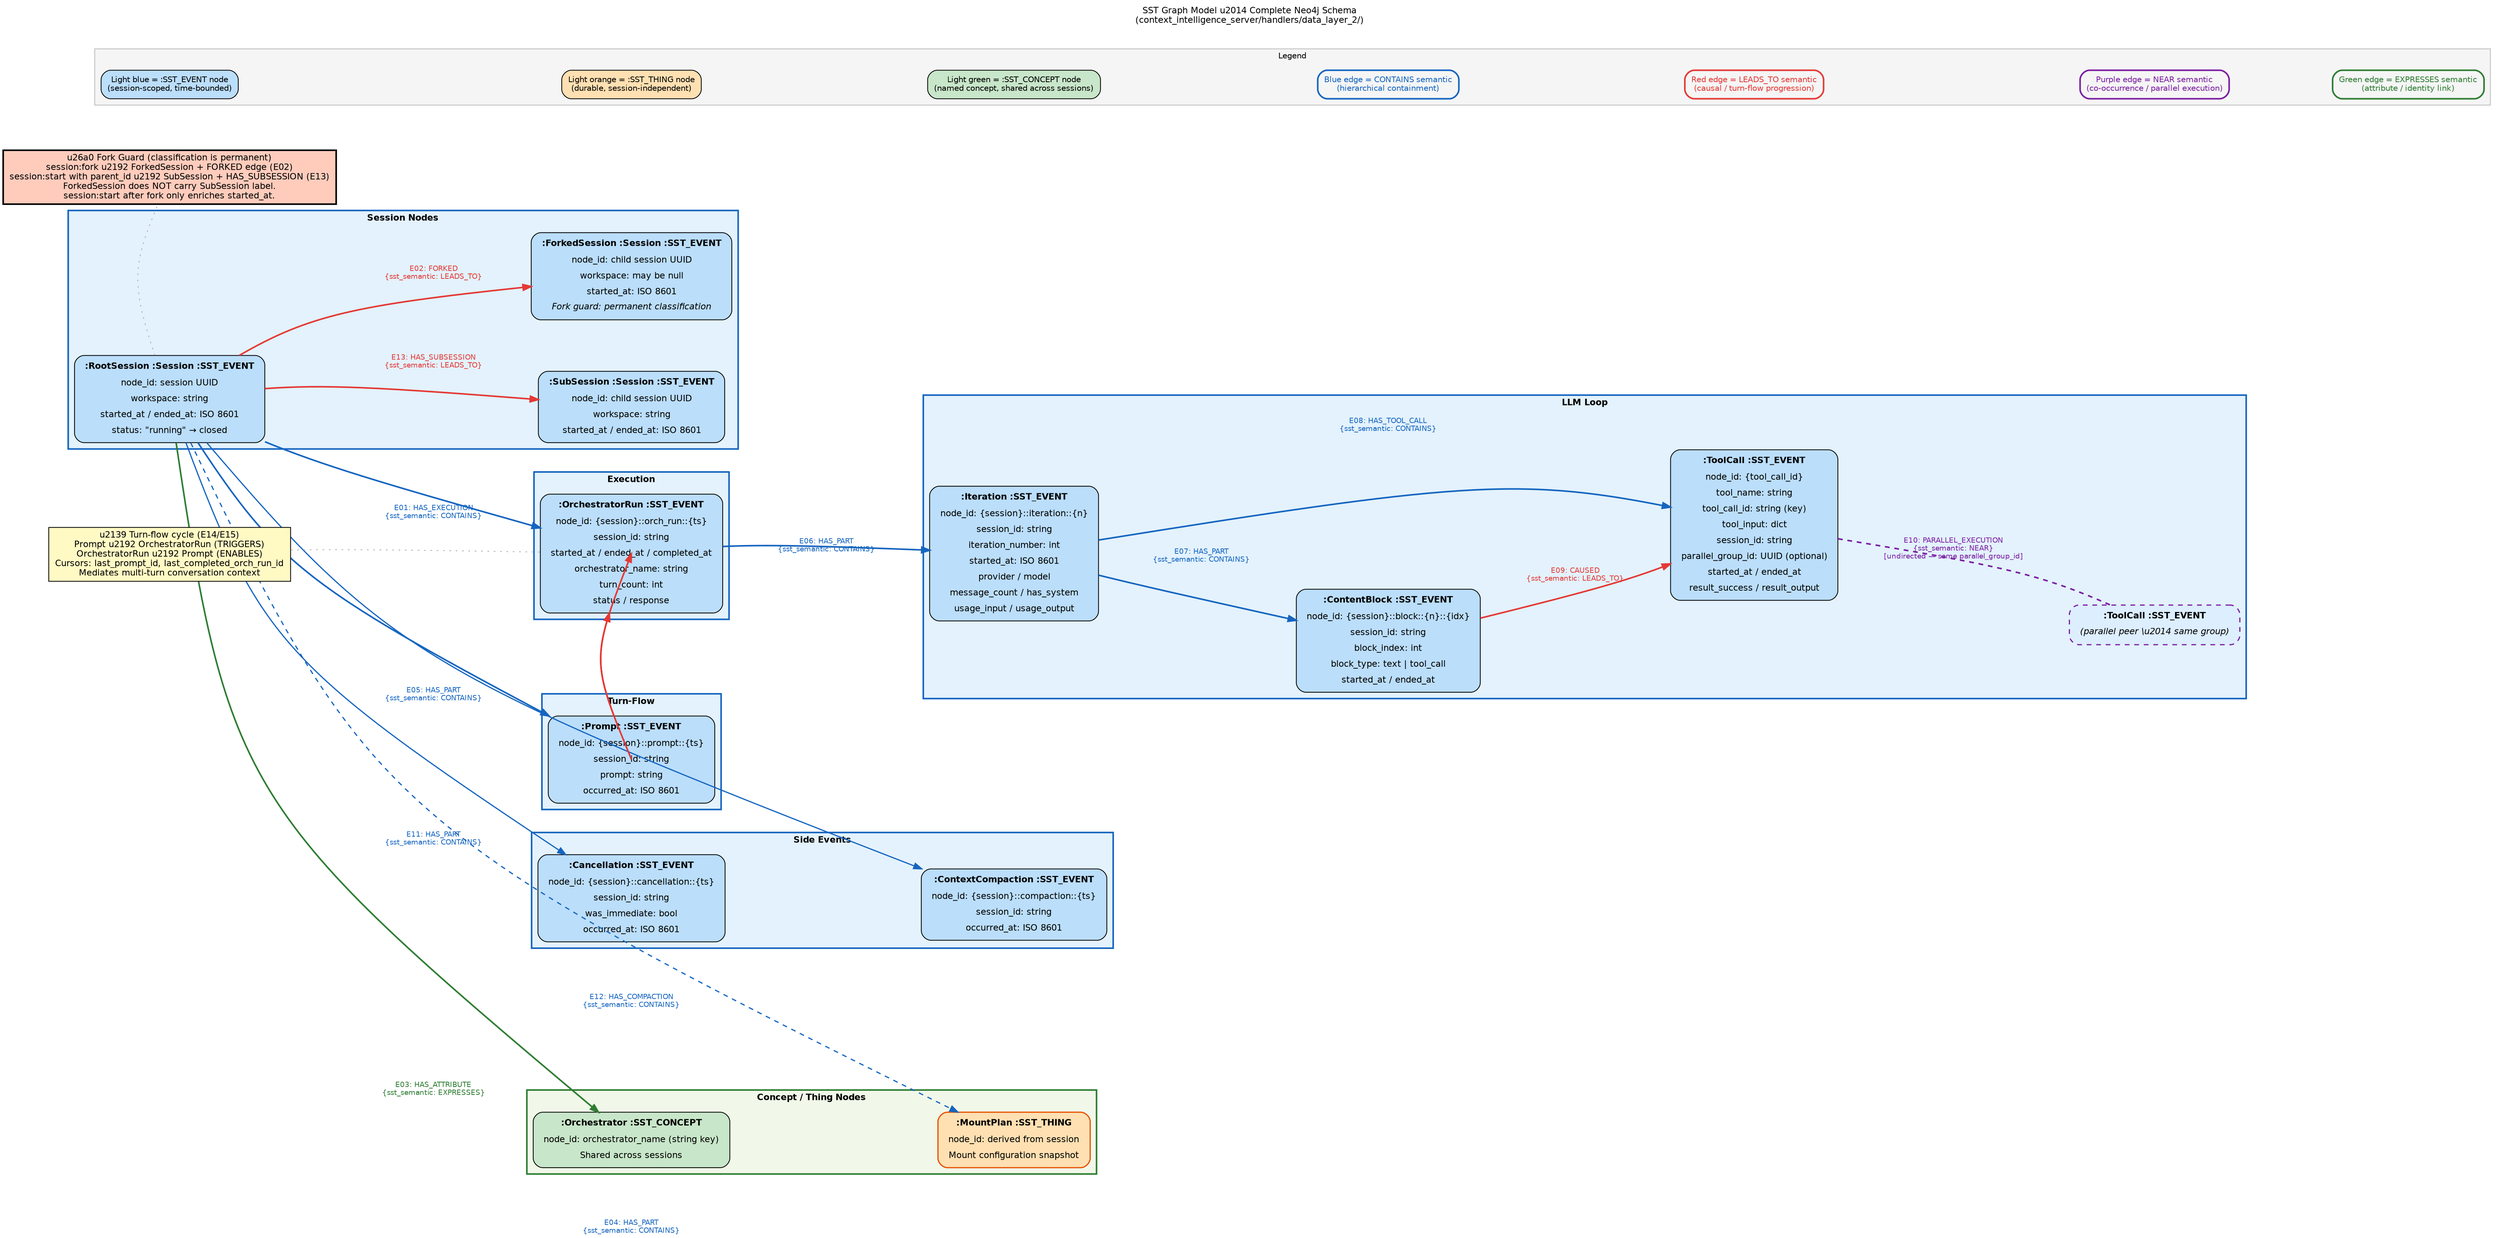
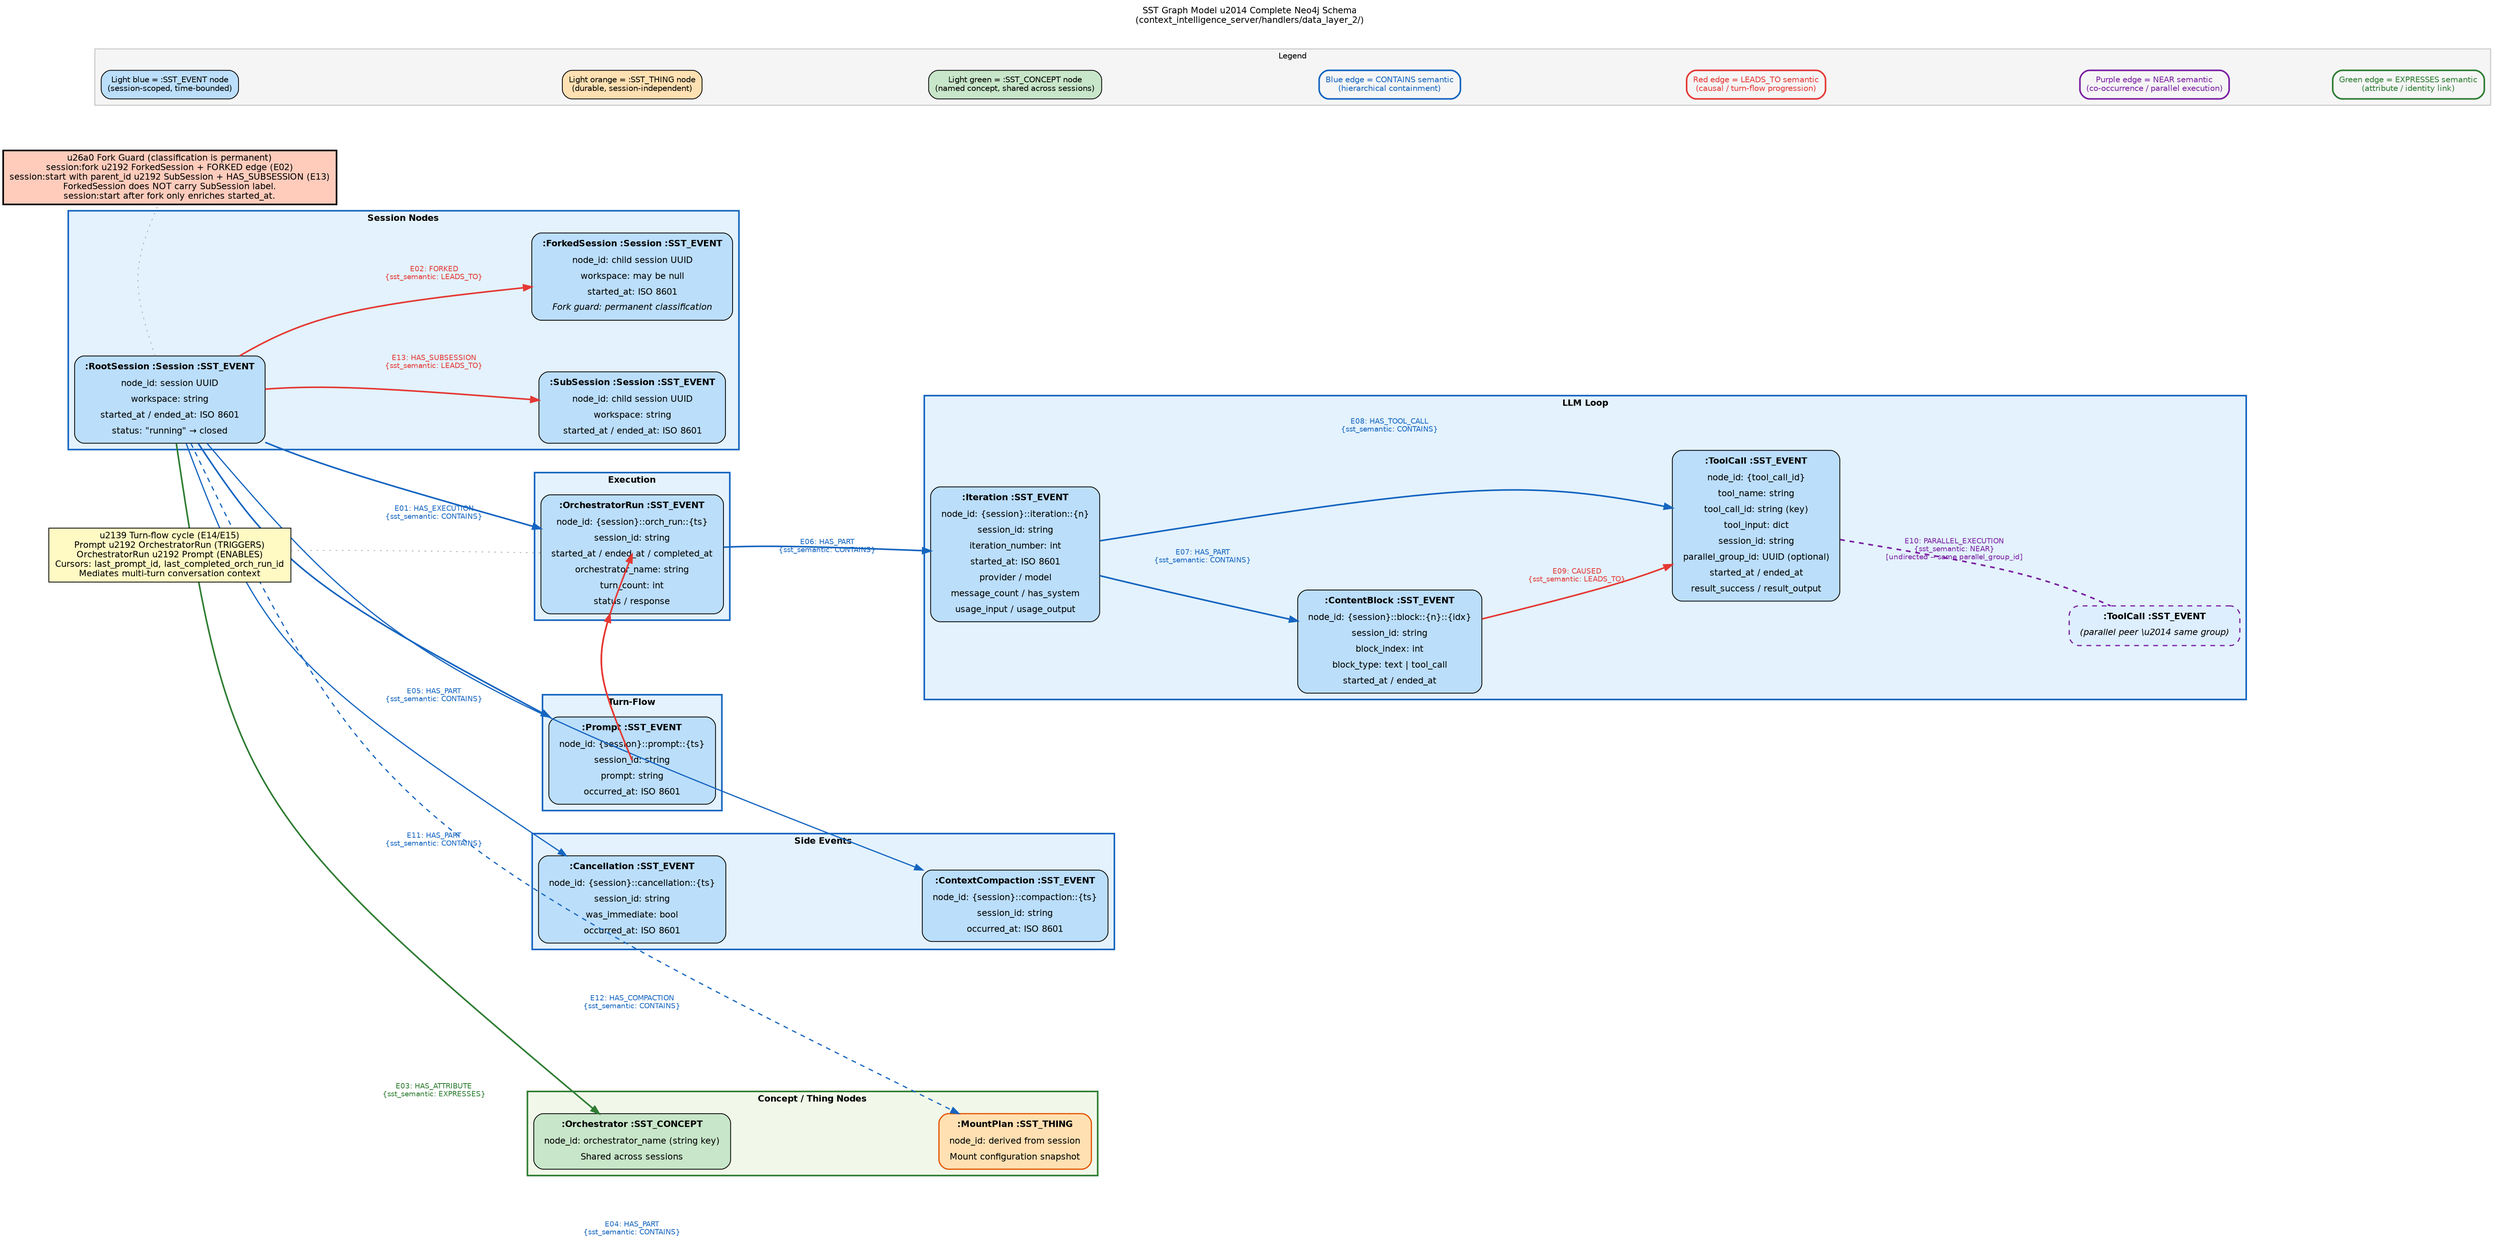
digraph graph_model {
-     // ── Global defaults ──────────────────────────────────────────────────────
+     // -- Global defaults ------------------------------------------------------
    graph [
        rankdir   = LR
        compound  = true
        splines   = curved
        nodesep   = 0.9
        ranksep   = 1.6
        fontname  = "Helvetica"
        fontsize  = 11
        label     = "SST Graph Model \u2014 Complete Neo4j Schema\n(context_intelligence_server/handlers/data_layer_2/)"
        labelloc  = t
        labeljust = c
    ]
    node [
        fontname = "Helvetica"
        fontsize = 11
        style    = "filled,rounded"
        shape    = box
    ]
    edge [
        fontname = "Helvetica"
        fontsize = 9
    ]

-     // ── Sessions cluster ─────────────────────────────────────────────────────
+     // -- Sessions cluster -----------------------------------------------------
    subgraph cluster_sessions {
        graph [
            label     = "Session Nodes"
            fontname  = "Helvetica-Bold"
            fontsize  = 11
            style     = filled
            color     = "#1565C0"
            fillcolor = "#E3F2FD"
            penwidth  = 2
        ]

        RootSession [
            fillcolor = "#BBDEFB"
            label     = <<TABLE BORDER="0" CELLBORDER="0" CELLSPACING="2" CELLPADDING="3">
                <TR><TD><B>:RootSession :Session :SST_EVENT</B></TD></TR>
                <TR><TD>node_id: session UUID</TD></TR>
                <TR><TD>workspace: string</TD></TR>
                <TR><TD>started_at / ended_at: ISO 8601</TD></TR>
                <TR><TD>status: "running" &#8594; closed</TD></TR>
            </TABLE>>
        ]

        SubSession [
            fillcolor = "#BBDEFB"
            label     = <<TABLE BORDER="0" CELLBORDER="0" CELLSPACING="2" CELLPADDING="3">
                <TR><TD><B>:SubSession :Session :SST_EVENT</B></TD></TR>
                <TR><TD>node_id: child session UUID</TD></TR>
                <TR><TD>workspace: string</TD></TR>
                <TR><TD>started_at / ended_at: ISO 8601</TD></TR>
            </TABLE>>
        ]

        ForkedSession [
            fillcolor = "#BBDEFB"
            label     = <<TABLE BORDER="0" CELLBORDER="0" CELLSPACING="2" CELLPADDING="3">
                <TR><TD><B>:ForkedSession :Session :SST_EVENT</B></TD></TR>
                <TR><TD>node_id: child session UUID</TD></TR>
                <TR><TD>workspace: may be null</TD></TR>
                <TR><TD>started_at: ISO 8601</TD></TR>
                <TR><TD><I>Fork guard: permanent classification</I></TD></TR>
            </TABLE>>
        ]

        RootSession -> SubSession    [style = invis]
        RootSession -> ForkedSession [style = invis]
    }

-     // ── Execution cluster ────────────────────────────────────────────────────
+     // -- Execution cluster ----------------------------------------------------
    subgraph cluster_execution {
        graph [
            label     = "Execution"
            fontname  = "Helvetica-Bold"
            fontsize  = 11
            style     = filled
            color     = "#1565C0"
            fillcolor = "#E3F2FD"
            penwidth  = 2
        ]

        OrchestratorRun [
            fillcolor = "#BBDEFB"
            label     = <<TABLE BORDER="0" CELLBORDER="0" CELLSPACING="2" CELLPADDING="3">
                <TR><TD><B>:OrchestratorRun :SST_EVENT</B></TD></TR>
                <TR><TD>node_id: {session}::orch_run::{ts}</TD></TR>
                <TR><TD>session_id: string</TD></TR>
                <TR><TD>started_at / ended_at / completed_at</TD></TR>
                <TR><TD>orchestrator_name: string</TD></TR>
                <TR><TD>turn_count: int</TD></TR>
                <TR><TD>status / response</TD></TR>
            </TABLE>>
        ]
    }

-     // ── LLM loop cluster ─────────────────────────────────────────────────────
+     // -- LLM loop cluster -----------------------------------------------------
    subgraph cluster_llm_loop {
        graph [
            label     = "LLM Loop"
            fontname  = "Helvetica-Bold"
            fontsize  = 11
            style     = filled
            color     = "#1565C0"
            fillcolor = "#E3F2FD"
            penwidth  = 2
        ]

        Iteration [
            fillcolor = "#BBDEFB"
            label     = <<TABLE BORDER="0" CELLBORDER="0" CELLSPACING="2" CELLPADDING="3">
                <TR><TD><B>:Iteration :SST_EVENT</B></TD></TR>
                <TR><TD>node_id: {session}::iteration::{n}</TD></TR>
                <TR><TD>session_id: string</TD></TR>
                <TR><TD>iteration_number: int</TD></TR>
                <TR><TD>started_at: ISO 8601</TD></TR>
                <TR><TD>provider / model</TD></TR>
                <TR><TD>message_count / has_system</TD></TR>
                <TR><TD>usage_input / usage_output</TD></TR>
            </TABLE>>
        ]

        ContentBlock [
            fillcolor = "#BBDEFB"
            label     = <<TABLE BORDER="0" CELLBORDER="0" CELLSPACING="2" CELLPADDING="3">
                <TR><TD><B>:ContentBlock :SST_EVENT</B></TD></TR>
                <TR><TD>node_id: {session}::block::{n}::{idx}</TD></TR>
                <TR><TD>session_id: string</TD></TR>
                <TR><TD>block_index: int</TD></TR>
                <TR><TD>block_type: text | tool_call</TD></TR>
                <TR><TD>started_at / ended_at</TD></TR>
            </TABLE>>
        ]

        ToolCall [
            fillcolor = "#BBDEFB"
            label     = <<TABLE BORDER="0" CELLBORDER="0" CELLSPACING="2" CELLPADDING="3">
                <TR><TD><B>:ToolCall :SST_EVENT</B></TD></TR>
                <TR><TD>node_id: {tool_call_id}</TD></TR>
                <TR><TD>tool_name: string</TD></TR>
                <TR><TD>tool_call_id: string (key)</TD></TR>
                <TR><TD>tool_input: dict</TD></TR>
                <TR><TD>session_id: string</TD></TR>
                <TR><TD>parallel_group_id: UUID (optional)</TD></TR>
                <TR><TD>started_at / ended_at</TD></TR>
                <TR><TD>result_success / result_output</TD></TR>
            </TABLE>>
        ]

        ToolCallPeer [
            fillcolor = "#DDEEFF"
            color     = "#7B1FA2"
            penwidth  = 1.5
            style     = "filled,rounded,dashed"
            label     = <<TABLE BORDER="0" CELLBORDER="0" CELLSPACING="2" CELLPADDING="3">
                <TR><TD><B>:ToolCall :SST_EVENT</B></TD></TR>
                <TR><TD><I>(parallel peer \u2014 same group)</I></TD></TR>
            </TABLE>>
        ]

        Iteration    -> ContentBlock [style = invis]
        Iteration    -> ToolCall     [style = invis]
        ContentBlock -> ToolCallPeer [style = invis]
    }

-     // ── Prompt cluster ───────────────────────────────────────────────────────
+     // -- Prompt cluster -------------------------------------------------------
    subgraph cluster_prompt {
        graph [
            label     = "Turn-Flow"
            fontname  = "Helvetica-Bold"
            fontsize  = 11
            style     = filled
            color     = "#1565C0"
            fillcolor = "#E3F2FD"
            penwidth  = 2
        ]

        Prompt [
            fillcolor = "#BBDEFB"
            label     = <<TABLE BORDER="0" CELLBORDER="0" CELLSPACING="2" CELLPADDING="3">
                <TR><TD><B>:Prompt :SST_EVENT</B></TD></TR>
                <TR><TD>node_id: {session}::prompt::{ts}</TD></TR>
                <TR><TD>session_id: string</TD></TR>
                <TR><TD>prompt: string</TD></TR>
                <TR><TD>occurred_at: ISO 8601</TD></TR>
            </TABLE>>
        ]
    }

-     // ── Side events cluster ──────────────────────────────────────────────────
+     // -- Side events cluster --------------------------------------------------
    subgraph cluster_side_events {
        graph [
            label     = "Side Events"
            fontname  = "Helvetica-Bold"
            fontsize  = 11
            style     = filled
            color     = "#1565C0"
            fillcolor = "#E3F2FD"
            penwidth  = 2
        ]

        Cancellation [
            fillcolor = "#BBDEFB"
            label     = <<TABLE BORDER="0" CELLBORDER="0" CELLSPACING="2" CELLPADDING="3">
                <TR><TD><B>:Cancellation :SST_EVENT</B></TD></TR>
                <TR><TD>node_id: {session}::cancellation::{ts}</TD></TR>
                <TR><TD>session_id: string</TD></TR>
                <TR><TD>was_immediate: bool</TD></TR>
                <TR><TD>occurred_at: ISO 8601</TD></TR>
            </TABLE>>
        ]

        ContextCompaction [
            fillcolor = "#BBDEFB"
            label     = <<TABLE BORDER="0" CELLBORDER="0" CELLSPACING="2" CELLPADDING="3">
                <TR><TD><B>:ContextCompaction :SST_EVENT</B></TD></TR>
                <TR><TD>node_id: {session}::compaction::{ts}</TD></TR>
                <TR><TD>session_id: string</TD></TR>
                <TR><TD>occurred_at: ISO 8601</TD></TR>
            </TABLE>>
        ]

        Cancellation -> ContextCompaction [style = invis]
    }

-     // ── Concept / Thing cluster ──────────────────────────────────────────────
+     // -- Concept / Thing cluster ----------------------------------------------
    subgraph cluster_concepts {
        graph [
            label     = "Concept / Thing Nodes"
            fontname  = "Helvetica-Bold"
            fontsize  = 11
            style     = filled
            color     = "#2E7D32"
            fillcolor = "#F1F8E9"
            penwidth  = 2
        ]

        Orchestrator [
            fillcolor = "#C8E6C9"
            label     = <<TABLE BORDER="0" CELLBORDER="0" CELLSPACING="2" CELLPADDING="3">
                <TR><TD><B>:Orchestrator :SST_CONCEPT</B></TD></TR>
                <TR><TD>node_id: orchestrator_name (string key)</TD></TR>
                <TR><TD>Shared across sessions</TD></TR>
            </TABLE>>
        ]

        MountPlan [
            fillcolor = "#FFE0B2"
            color     = "#E65100"
            penwidth  = 1.5
            label     = <<TABLE BORDER="0" CELLBORDER="0" CELLSPACING="2" CELLPADDING="3">
                <TR><TD><B>:MountPlan :SST_THING</B></TD></TR>
                <TR><TD>node_id: derived from session</TD></TR>
                <TR><TD>Mount configuration snapshot</TD></TR>
            </TABLE>>
        ]

        Orchestrator -> MountPlan [style = invis]
    }

-     // ── Edges ────────────────────────────────────────────────────────────────
- 
-     // E01: HAS_EXECUTION [CONTAINS] — Session → OrchestratorRun
+     // -- Edges ----------------------------------------------------------------
+ 
+     // E01: HAS_EXECUTION [CONTAINS] -- Session -> OrchestratorRun
    RootSession -> OrchestratorRun [
        label     = "E01: HAS_EXECUTION\n{sst_semantic: CONTAINS}"
        color     = "#1565C0"
        fontcolor = "#1565C0"
        penwidth  = 2
    ]

-     // E02: FORKED [LEADS_TO] — Session → ForkedSession
+     // E02: FORKED [LEADS_TO] -- Session -> ForkedSession
    RootSession -> ForkedSession [
        label     = "E02: FORKED\n{sst_semantic: LEADS_TO}"
        color     = "#E53935"
        fontcolor = "#E53935"
        penwidth  = 2
    ]

-     // E03: HAS_ATTRIBUTE [EXPRESSES] — Session → Orchestrator
+     // E03: HAS_ATTRIBUTE [EXPRESSES] -- Session -> Orchestrator
    RootSession -> Orchestrator [
        label     = "E03: HAS_ATTRIBUTE\n{sst_semantic: EXPRESSES}"
        color     = "#2E7D32"
        fontcolor = "#2E7D32"
        penwidth  = 2
    ]

-     // E04: HAS_PART [CONTAINS] — Session → MountPlan
+     // E04: HAS_PART [CONTAINS] -- Session -> MountPlan
    RootSession -> MountPlan [
        label     = "E04: HAS_PART\n{sst_semantic: CONTAINS}"
        color     = "#1565C0"
        fontcolor = "#1565C0"
        penwidth  = 1.5
        style     = dashed
    ]

-     // E05: HAS_PART [CONTAINS] — Session → Prompt
+     // E05: HAS_PART [CONTAINS] -- Session -> Prompt
    RootSession -> Prompt [
        label     = "E05: HAS_PART\n{sst_semantic: CONTAINS}"
        color     = "#1565C0"
        fontcolor = "#1565C0"
        penwidth  = 2
    ]

-     // E06: HAS_PART [CONTAINS] — OrchestratorRun → Iteration
+     // E06: HAS_PART [CONTAINS] -- OrchestratorRun -> Iteration
    OrchestratorRun -> Iteration [
        label     = "E06: HAS_PART\n{sst_semantic: CONTAINS}"
        color     = "#1565C0"
        fontcolor = "#1565C0"
        penwidth  = 2
    ]

-     // E07: HAS_PART [CONTAINS] — Iteration → ContentBlock
+     // E07: HAS_PART [CONTAINS] -- Iteration -> ContentBlock
    Iteration -> ContentBlock [
        label     = "E07: HAS_PART\n{sst_semantic: CONTAINS}"
        color     = "#1565C0"
        fontcolor = "#1565C0"
        penwidth  = 2
    ]

-     // E08: HAS_TOOL_CALL [CONTAINS] — Iteration → ToolCall
+     // E08: HAS_TOOL_CALL [CONTAINS] -- Iteration -> ToolCall
    Iteration -> ToolCall [
        label     = "E08: HAS_TOOL_CALL\n{sst_semantic: CONTAINS}"
        color     = "#1565C0"
        fontcolor = "#1565C0"
        penwidth  = 2
    ]

-     // E09: CAUSED [LEADS_TO] — ContentBlock → ToolCall
+     // E09: CAUSED [LEADS_TO] -- ContentBlock -> ToolCall
    ContentBlock -> ToolCall [
        label     = "E09: CAUSED\n{sst_semantic: LEADS_TO}"
        color     = "#E53935"
        fontcolor = "#E53935"
        penwidth  = 2
    ]

-     // E10: PARALLEL_EXECUTION [NEAR] — ToolCall ↔ ToolCall (undirected)
+     // E10: PARALLEL_EXECUTION [NEAR] -- ToolCall <-> ToolCall (undirected)
    ToolCall -> ToolCallPeer [
        dir       = none
-         label     = "E10: PARALLEL_EXECUTION\n{sst_semantic: NEAR}\n[undirected — same parallel_group_id]"
+         label     = "E10: PARALLEL_EXECUTION\n{sst_semantic: NEAR}\n[undirected -- same parallel_group_id]"
        color     = "#7B1FA2"
        fontcolor = "#7B1FA2"
        penwidth  = 2
        style     = dashed
    ]

-     // E11: HAS_PART [CONTAINS] — Session → Cancellation
+     // E11: HAS_PART [CONTAINS] -- Session -> Cancellation
    RootSession -> Cancellation [
        label     = "E11: HAS_PART\n{sst_semantic: CONTAINS}"
        color     = "#1565C0"
        fontcolor = "#1565C0"
        penwidth  = 1.5
    ]

-     // E12: HAS_COMPACTION [CONTAINS] — Session → ContextCompaction
+     // E12: HAS_COMPACTION [CONTAINS] -- Session -> ContextCompaction
    RootSession -> ContextCompaction [
        label     = "E12: HAS_COMPACTION\n{sst_semantic: CONTAINS}"
        color     = "#1565C0"
        fontcolor = "#1565C0"
        penwidth  = 1.5
    ]

-     // E13: HAS_SUBSESSION [LEADS_TO] — Session → SubSession
+     // E13: HAS_SUBSESSION [LEADS_TO] -- Session -> SubSession
    RootSession -> SubSession [
        label     = "E13: HAS_SUBSESSION\n{sst_semantic: LEADS_TO}"
        color     = "#E53935"
        fontcolor = "#E53935"
        penwidth  = 2
    ]

-     // E14: TRIGGERS [LEADS_TO] — Prompt → OrchestratorRun (turn-flow cursor)
+     // E14: TRIGGERS [LEADS_TO] -- Prompt -> OrchestratorRun (turn-flow cursor)
    Prompt -> OrchestratorRun [
        label     = "E14: TRIGGERS\n{sst_semantic: LEADS_TO}"
        color     = "#E53935"
        fontcolor = "#E53935"
        penwidth  = 2
        style     = bold
        constraint = false
    ]

-     // E15: ENABLES [LEADS_TO] — OrchestratorRun → Prompt (turn-flow cursor)
+     // E15: ENABLES [LEADS_TO] -- OrchestratorRun -> Prompt (turn-flow cursor)
    OrchestratorRun -> Prompt [
        label     = "E15: ENABLES\n{sst_semantic: LEADS_TO}"
        color     = "#E53935"
        fontcolor = "#E53935"
        penwidth  = 2
        style     = bold
        constraint = false
    ]

-     // ── Notes ────────────────────────────────────────────────────────────────
+     // -- Notes ----------------------------------------------------------------
    note_turn_cycle [
        shape     = box
        style     = filled
        fillcolor = "#FFF9C4"
        label     = "\u2139 Turn-flow cycle (E14/E15)\nPrompt \u2192 OrchestratorRun (TRIGGERS)\nOrchestratorRun \u2192 Prompt (ENABLES)\nCursors: last_prompt_id, last_completed_orch_run_id\nMediates multi-turn conversation context"
    ]

    note_fork_guard [
        shape     = box
        style     = filled
        fillcolor = "#FFCCBC"
        penwidth  = 2
        label     = "\u26a0 Fork Guard (classification is permanent)\nsession:fork \u2192 ForkedSession + FORKED edge (E02)\nsession:start with parent_id \u2192 SubSession + HAS_SUBSESSION (E13)\nForkedSession does NOT carry SubSession label.\nsession:start after fork only enriches started_at."
    ]

    OrchestratorRun -> note_turn_cycle [style = dotted, color = "#AAAAAA", arrowhead = none, constraint = false]
    RootSession     -> note_fork_guard  [style = dotted, color = "#AAAAAA", arrowhead = none, constraint = false]

-     // ── Legend ───────────────────────────────────────────────────────────────
+     // -- Legend ---------------------------------------------------------------
    subgraph cluster_legend {
        graph [
            label     = "Legend"
            style     = "filled"
            color     = "#BDBDBD"
            fillcolor = "#F5F5F5"
            fontname  = "Helvetica"
            fontsize  = 10
        ]
        node [fontsize = 10]

        legend_sst_event [
            style     = "filled,rounded"
            fillcolor = "#BBDEFB"
            label     = "Light blue = :SST_EVENT node\n(session-scoped, time-bounded)"
        ]
        legend_sst_thing [
            style     = "filled,rounded"
            fillcolor = "#FFE0B2"
            label     = "Light orange = :SST_THING node\n(durable, session-independent)"
        ]
        legend_sst_concept [
            style     = "filled,rounded"
            fillcolor = "#C8E6C9"
            label     = "Light green = :SST_CONCEPT node\n(named concept, shared across sessions)"
        ]
        legend_contains [
            style     = "filled,rounded"
            fillcolor = "#F5F5F5"
            color     = "#1565C0"
            fontcolor = "#1565C0"
            penwidth  = 2
            label     = "Blue edge = CONTAINS semantic\n(hierarchical containment)"
        ]
        legend_leads_to [
            style     = "filled,rounded"
            fillcolor = "#F5F5F5"
            color     = "#E53935"
            fontcolor = "#E53935"
            penwidth  = 2
            label     = "Red edge = LEADS_TO semantic\n(causal / turn-flow progression)"
        ]
        legend_near [
            style     = "filled,rounded"
            fillcolor = "#F5F5F5"
            color     = "#7B1FA2"
            fontcolor = "#7B1FA2"
            penwidth  = 2
            label     = "Purple edge = NEAR semantic\n(co-occurrence / parallel execution)"
        ]
        legend_expresses [
            style     = "filled,rounded"
            fillcolor = "#F5F5F5"
            color     = "#2E7D32"
            fontcolor = "#2E7D32"
            penwidth  = 2
            label     = "Green edge = EXPRESSES semantic\n(attribute / identity link)"
        ]

        legend_sst_event -> legend_sst_thing -> legend_sst_concept -> legend_contains -> legend_leads_to -> legend_near -> legend_expresses [style = invis]
    }
}
